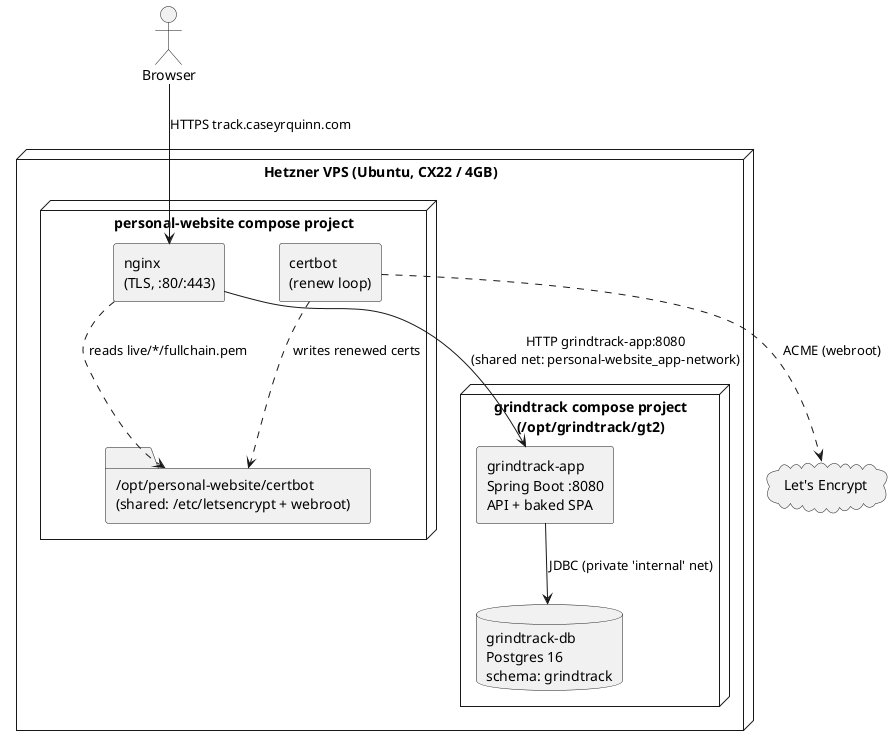
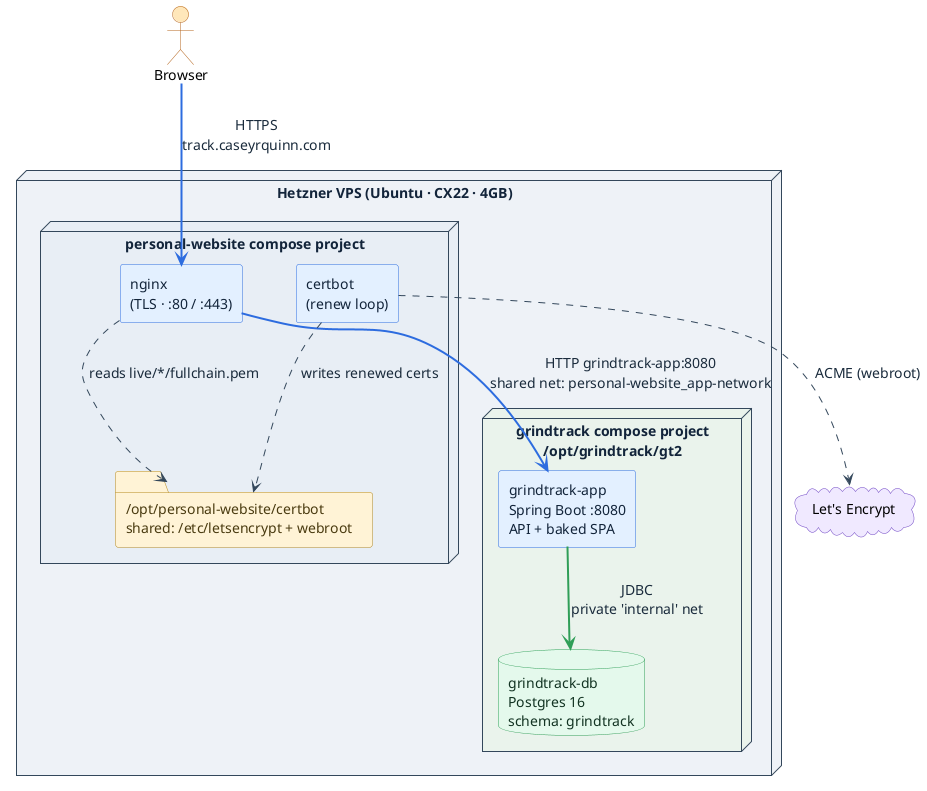
@startuml
' Deployment topology on the Hetzner VPS. Render: see diagrams/render.sh
skinparam componentStyle rectangle
- skinparam backgroundColor transparent
+ skinparam backgroundColor #FFFFFF
+ skinparam defaultFontSize 14
+ skinparam defaultFontName Helvetica
+ skinparam shadowing false
+ skinparam ArrowColor #33475B
+ skinparam ArrowFontColor #1A2B3C
+ skinparam actor {
+   BackgroundColor #FFE7BA
+   BorderColor #B5651D
+ }
+ skinparam node {
+   BorderColor #33475B
+   FontColor #12243A
+   FontStyle bold
+ }
+ skinparam nodeBackgroundColor #EEF2F7
+ skinparam component {
+   BackgroundColor #E3F0FF
+   BorderColor #2D6CDF
+   FontColor #12243A
+ }
+ skinparam folder {
+   BackgroundColor #FFF3D6
+   BorderColor #B5891D
+   FontColor #4A3B10
+ }
+ skinparam database {
+   BackgroundColor #E4F9EC
+   BorderColor #2F9E57
+   FontColor #123322
+ }
+ skinparam cloud {
+   BackgroundColor #F0E9FF
+   BorderColor #6E44C4
+ }
+ 
actor Browser
- cloud "Let's Encrypt" as LE

- node "Hetzner VPS (Ubuntu, CX22 / 4GB)" {
-   node "personal-website compose project" {
-     [nginx\n(TLS, :80/:443)] as nginx
+ node "Hetzner VPS (Ubuntu · CX22 · 4GB)" as vps {
+   node "personal-website compose project" as pw #E8EEF5 {
+     [nginx\n(TLS · :80 / :443)] as nginx
    [certbot\n(renew loop)] as certbot
-     folder "/opt/personal-website/certbot\n(shared: /etc/letsencrypt + webroot)" as certs
+     folder "/opt/personal-website/certbot\nshared: /etc/letsencrypt + webroot" as certs
  }
-   node "grindtrack compose project\n(/opt/grindtrack/gt2)" {
+   node "grindtrack compose project\n/opt/grindtrack/gt2" as gtp #EAF3EC {
    [grindtrack-app\nSpring Boot :8080\nAPI + baked SPA] as gt
    database "grindtrack-db\nPostgres 16\nschema: grindtrack" as gtdb
  }
}

- Browser --> nginx : HTTPS track.caseyrquinn.com
- nginx --> gt : HTTP grindtrack-app:8080\n(shared net: personal-website_app-network)
- gt --> gtdb : JDBC (private 'internal' net)
+ cloud "Let's Encrypt" as LE
+ 
+ Browser -[#2D6CDF,bold]-> nginx : HTTPS\ntrack.caseyrquinn.com
+ nginx -[#2D6CDF,bold]-> gt : HTTP grindtrack-app:8080\nshared net: personal-website_app-network
+ gt -[#2F9E57,bold]-> gtdb : JDBC\nprivate 'internal' net
certbot ..> LE : ACME (webroot)
nginx ..> certs : reads live/*/fullchain.pem
certbot ..> certs : writes renewed certs
@enduml
